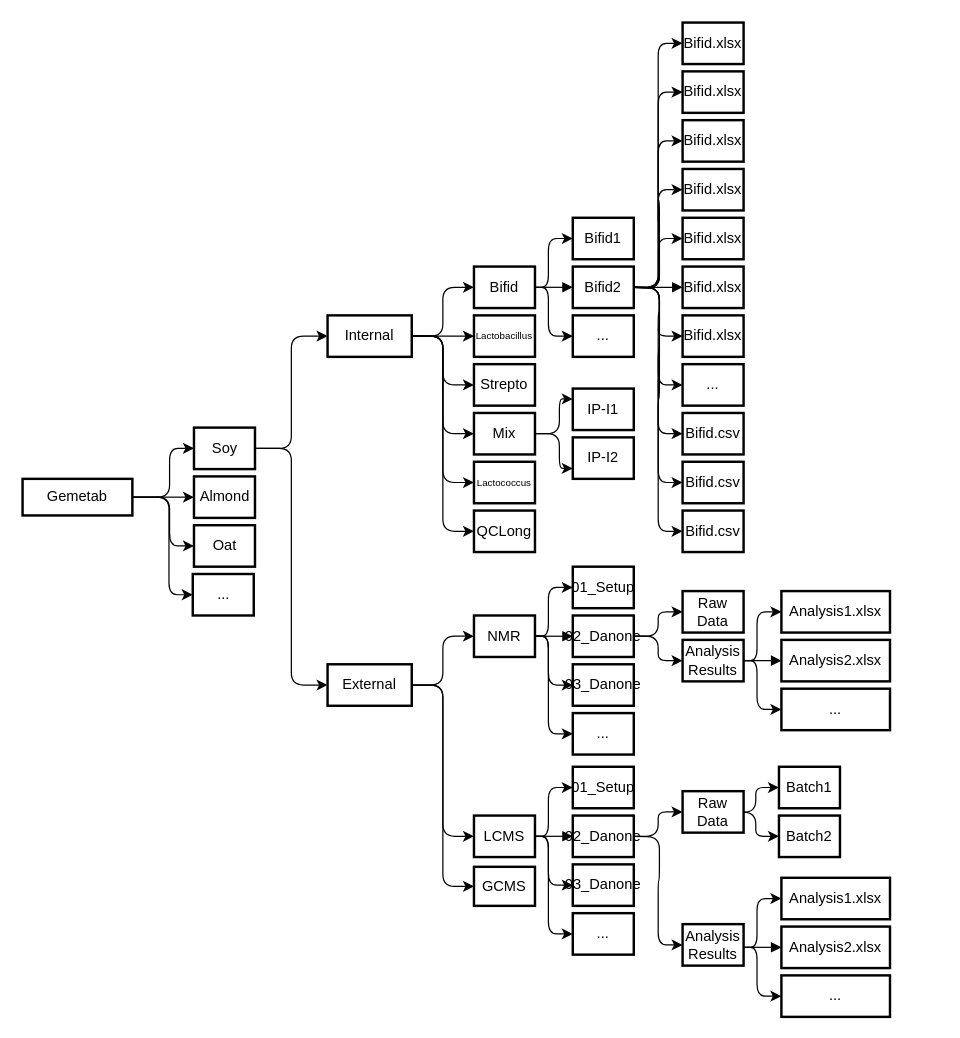
Before: Diagramme sans nom.drawio in Yoseko/first_streamlit_app, a draw.io diagram. Source tidied: cells renumbered, new cells numbered last; positions are measured from the earlier drawing's top-left corner, leaving out a move shared by most shapes. Both pictures are drawn from the tidied source at 122%, with x=0, y=0 at pixel (22, 22).
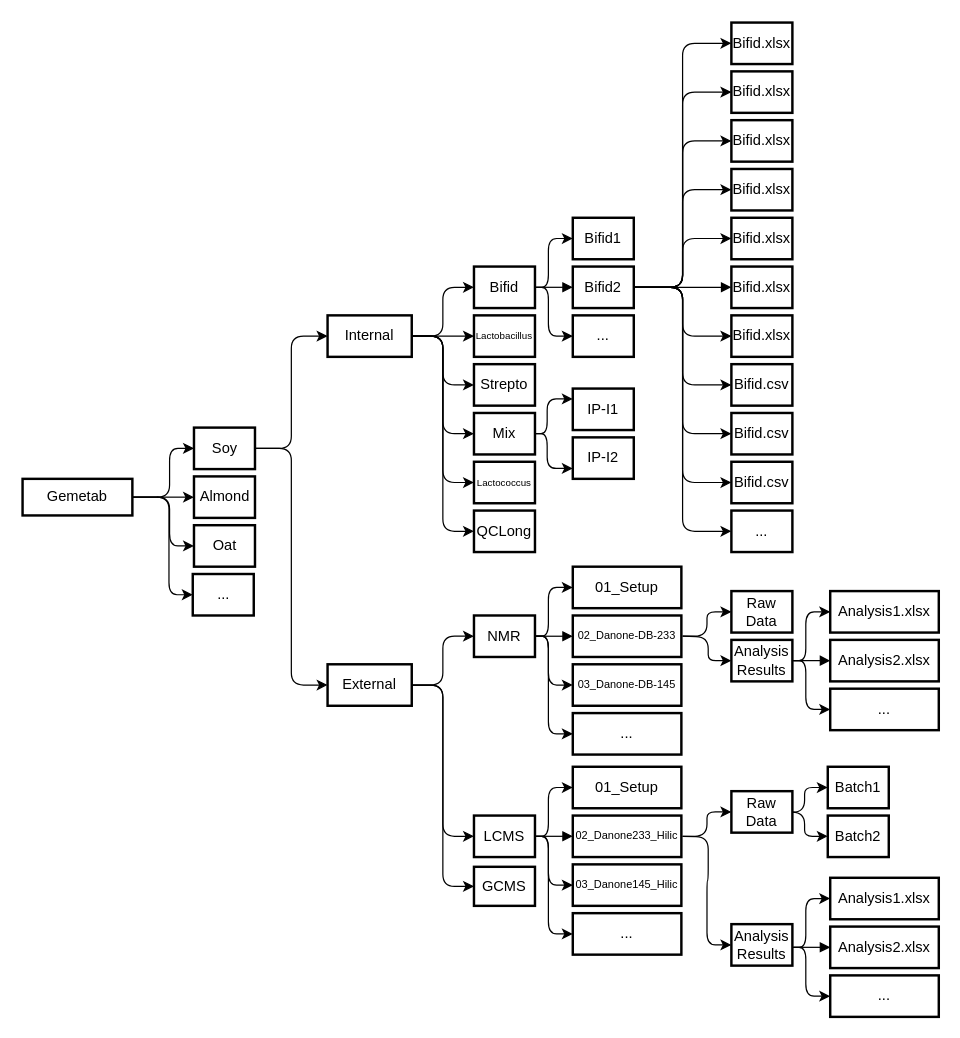
The same diagram, later.

Unchanged cells that the change refers to:
```xml
<mxCell id="43" value="Mix" style="whiteSpace=wrap;strokeWidth=2;" parent="1" vertex="1">
  <mxGeometry x="370" y="320" width="50" height="34" as="geometry" />
</mxCell>
<mxCell id="70" value="Bifid2" style="whiteSpace=wrap;strokeWidth=2;" parent="1" vertex="1">
  <mxGeometry x="451" y="200" width="50" height="34" as="geometry" />
</mxCell>
<mxCell id="79" value="IP-I1" style="whiteSpace=wrap;strokeWidth=2;" parent="1" vertex="1">
  <mxGeometry x="451" y="300" width="50" height="34" as="geometry" />
</mxCell>
<mxCell id="80" value="IP-I2" style="whiteSpace=wrap;strokeWidth=2;" parent="1" vertex="1">
  <mxGeometry x="451" y="340" width="50" height="34" as="geometry" />
</mxCell>
```

Change to the diagram source:
```diff
@@
     <mxCell id="28" style="edgeStyle=orthogonalEdgeStyle;rounded=1;jettySize=auto;html=1;exitX=1;exitY=0.5;exitDx=0;exitDy=0;entryX=0;entryY=0.5;entryDx=0;entryDy=0;strokeColor=none;curved=0;" parent="1" edge="1" target="54">
       <mxGeometry relative="1" as="geometry">
-        <mxPoint x="501" y="217" as="sourcePoint" />
+        <mxPoint x="541" y="217" as="sourcePoint" />
       </mxGeometry>
     </mxCell>
-    <mxCell id="29" style="edgeStyle=orthogonalEdgeStyle;rounded=1;jettySize=auto;html=1;exitX=1;exitY=0.5;exitDx=0;exitDy=0;entryX=0;entryY=0.5;entryDx=0;entryDy=0;curved=0;" parent="1" edge="1" target="57">
-      <mxGeometry relative="1" as="geometry">
-        <mxPoint x="501" y="217" as="sourcePoint" />
-        <Array as="points">
-          <mxPoint x="521" y="217" />
-          <mxPoint x="521" y="17" />
-        </Array>
-      </mxGeometry>
-    </mxCell>
@@
     <mxCell id="33" value="01_Setup" style="whiteSpace=wrap;strokeWidth=2;" parent="1" vertex="1">
-      <mxGeometry x="451" y="446" width="50" height="34" as="geometry" />
+      <mxGeometry x="451" y="446" width="89" height="34" as="geometry" />
     </mxCell>
-    <mxCell id="34" style="edgeStyle=orthogonalEdgeStyle;rounded=1;jettySize=auto;html=1;curved=0;" parent="1" edge="1" source="35" target="39">
-      <mxGeometry relative="1" as="geometry" />
+    <mxCell id="34" style="edgeStyle=orthogonalEdgeStyle;rounded=1;jettySize=auto;html=1;curved=0;entryX=0;entryY=0.5;entryDx=0;entryDy=0;" parent="1" edge="1" target="39">
+      <mxGeometry relative="1" as="geometry">
+        <mxPoint x="541" y="503" as="sourcePoint" />
+      </mxGeometry>
     </mxCell>
-    <mxCell id="35" value="02_Danone" style="whiteSpace=wrap;strokeWidth=2;" parent="1" vertex="1">
-      <mxGeometry x="451" y="486" width="50" height="34" as="geometry" />
+    <mxCell id="35" value="02_Danone-DB-233" style="whiteSpace=wrap;strokeWidth=2;fontSize=9;" parent="1" vertex="1">
+      <mxGeometry x="451" y="486" width="89" height="34" as="geometry" />
     </mxCell>
@@
-    <mxCell id="37" value="03_Danone" style="whiteSpace=wrap;strokeWidth=2;" parent="1" vertex="1">
-      <mxGeometry x="451" y="526" width="50" height="34" as="geometry" />
+    <mxCell id="37" value="03_Danone-DB-145" style="whiteSpace=wrap;strokeWidth=2;fontSize=9;" parent="1" vertex="1">
+      <mxGeometry x="451" y="526" width="89" height="34" as="geometry" />
     </mxCell>
     <mxCell id="38" value="Raw Data" style="whiteSpace=wrap;strokeWidth=2;" parent="1" vertex="1">
-      <mxGeometry x="541" y="466" width="50" height="34" as="geometry" />
+      <mxGeometry x="581" y="466" width="50" height="34" as="geometry" />
     </mxCell>
     <mxCell id="39" value="Analysis Results" style="whiteSpace=wrap;strokeWidth=2;" parent="1" vertex="1">
-      <mxGeometry x="541" y="506" width="50" height="34" as="geometry" />
+      <mxGeometry x="581" y="506" width="50" height="34" as="geometry" />
     </mxCell>
-    <mxCell id="40" style="edgeStyle=orthogonalEdgeStyle;rounded=1;jettySize=auto;html=1;exitX=1;exitY=0.5;exitDx=0;exitDy=0;entryX=0;entryY=0.5;entryDx=0;entryDy=0;curved=0;" parent="1" edge="1" source="35" target="38">
+    <mxCell id="40" style="edgeStyle=orthogonalEdgeStyle;rounded=1;jettySize=auto;html=1;exitX=1;exitY=0.5;exitDx=0;exitDy=0;entryX=0;entryY=0.5;entryDx=0;entryDy=0;curved=0;" parent="1" edge="1" target="38">
       <mxGeometry relative="1" as="geometry">
+        <mxPoint x="541" y="503" as="sourcePoint" />
         <Array as="points">
-          <mxPoint x="521" y="503" />
-          <mxPoint x="521" y="483" />
+          <mxPoint x="561" y="503" />
+          <mxPoint x="561" y="483" />
         </Array>
       </mxGeometry>
     </mxCell>
     <mxCell id="41" style="edgeStyle=orthogonalEdgeStyle;rounded=1;jettySize=auto;html=1;exitX=1;exitY=0.5;exitDx=0;exitDy=0;entryX=0;entryY=0.25;entryDx=0;entryDy=0;curved=0;" parent="1" edge="1" source="43" target="79">
-      <mxGeometry relative="1" as="geometry" />
+      <mxGeometry relative="1" as="geometry">
+        <Array as="points">
+          <mxPoint x="430" y="337" />
+          <mxPoint x="430" y="308" />
+        </Array>
+      </mxGeometry>
     </mxCell>
     <mxCell id="42" style="edgeStyle=orthogonalEdgeStyle;rounded=1;jettySize=auto;html=1;exitX=1;exitY=0.5;exitDx=0;exitDy=0;entryX=0;entryY=0.75;entryDx=0;entryDy=0;curved=0;" parent="1" edge="1" source="43" target="80">
-      <mxGeometry relative="1" as="geometry" />
+      <mxGeometry relative="1" as="geometry">
+        <Array as="points">
+          <mxPoint x="430" y="337" />
+          <mxPoint x="430" y="366" />
+        </Array>
+      </mxGeometry>
     </mxCell>
@@
     <mxCell id="44" value="..." style="whiteSpace=wrap;strokeWidth=2;" parent="1" vertex="1">
-      <mxGeometry x="451" y="566" width="50" height="34" as="geometry" />
+      <mxGeometry x="451" y="566" width="89" height="34" as="geometry" />
     </mxCell>
@@
-    <mxCell id="46" style="edgeStyle=orthogonalEdgeStyle;rounded=1;jettySize=auto;html=1;exitX=1;exitY=0.5;exitDx=0;exitDy=0;entryX=0;entryY=0.5;entryDx=0;entryDy=0;curved=0;" parent="1" edge="1" target="47">
-      <mxGeometry relative="1" as="geometry">
-        <mxPoint x="501" y="217" as="sourcePoint" />
-        <Array as="points">
-          <mxPoint x="521" y="217" />
-          <mxPoint x="521" y="177" />
-        </Array>
-      </mxGeometry>
-    </mxCell>
     <mxCell id="47" value="Bifid.xlsx" style="whiteSpace=wrap;strokeWidth=2;" parent="1" vertex="1">
-      <mxGeometry x="541" y="160" width="50" height="34" as="geometry" />
+      <mxGeometry x="581" y="160" width="50" height="34" as="geometry" />
     </mxCell>
     <mxCell id="48" value="Bifid.xlsx" style="whiteSpace=wrap;strokeWidth=2;" parent="1" vertex="1">
-      <mxGeometry x="541" y="200" width="50" height="34" as="geometry" />
+      <mxGeometry x="581" y="200" width="50" height="34" as="geometry" />
     </mxCell>
-    <mxCell id="49" style="curved=0;startArrow=none;endArrow=block;entryX=0;entryY=0.5;entryDx=0;entryDy=0;rounded=1;" parent="1" edge="1" target="48">
-      <mxGeometry relative="1" as="geometry">
-        <mxPoint x="501" y="217" as="sourcePoint" />
-      </mxGeometry>
+    <mxCell id="49" style="curved=0;startArrow=none;endArrow=block;entryX=0;entryY=0.5;entryDx=0;entryDy=0;rounded=1;exitX=1;exitY=0.5;exitDx=0;exitDy=0;" parent="1" edge="1" source="70" target="48">
+      <mxGeometry relative="1" as="geometry" />
     </mxCell>
     <mxCell id="50" value="Bifid.xlsx" style="whiteSpace=wrap;strokeWidth=2;" parent="1" vertex="1">
-      <mxGeometry x="541" y="240" width="50" height="34" as="geometry" />
+      <mxGeometry x="581" y="240" width="50" height="34" as="geometry" />
     </mxCell>
-    <mxCell id="51" value="..." style="whiteSpace=wrap;strokeWidth=2;" parent="1" vertex="1">
-      <mxGeometry x="541" y="280" width="50" height="34" as="geometry" />
+    <mxCell id="51" value="Bifid.csv" style="whiteSpace=wrap;strokeWidth=2;" parent="1" vertex="1">
+      <mxGeometry x="581" y="280" width="50" height="34" as="geometry" />
     </mxCell>
     <mxCell id="52" value="Bifid.xlsx" style="whiteSpace=wrap;strokeWidth=2;" parent="1" vertex="1">
-      <mxGeometry x="541" y="40" width="50" height="34" as="geometry" />
+      <mxGeometry x="581" y="40" width="50" height="34" as="geometry" />
     </mxCell>
     <mxCell id="53" value="Bifid.xlsx" style="whiteSpace=wrap;strokeWidth=2;" parent="1" vertex="1">
-      <mxGeometry x="541" y="80" width="50" height="34" as="geometry" />
+      <mxGeometry x="581" y="80" width="50" height="34" as="geometry" />
     </mxCell>
     <mxCell id="54" value="Bifid.xlsx" style="whiteSpace=wrap;strokeWidth=2;" parent="1" vertex="1">
-      <mxGeometry x="541" y="120" width="50" height="34" as="geometry" />
+      <mxGeometry x="581" y="120" width="50" height="34" as="geometry" />
     </mxCell>
     <mxCell id="55" value="Bifid.csv" style="whiteSpace=wrap;strokeWidth=2;" parent="1" vertex="1">
-      <mxGeometry x="541" y="360" width="50" height="34" as="geometry" />
+      <mxGeometry x="581" y="360" width="50" height="34" as="geometry" />
     </mxCell>
     <mxCell id="56" value="Bifid.csv" style="whiteSpace=wrap;strokeWidth=2;" parent="1" vertex="1">
-      <mxGeometry x="541" y="320" width="50" height="34" as="geometry" />
+      <mxGeometry x="581" y="320" width="50" height="34" as="geometry" />
     </mxCell>
     <mxCell id="57" value="Bifid.xlsx" style="whiteSpace=wrap;strokeWidth=2;" parent="1" vertex="1">
-      <mxGeometry x="541" width="50" height="34" as="geometry" />
+      <mxGeometry x="581" width="50" height="34" as="geometry" />
     </mxCell>
-    <mxCell id="58" value="Bifid.csv" style="whiteSpace=wrap;strokeWidth=2;" parent="1" vertex="1">
-      <mxGeometry x="541" y="400" width="50" height="34" as="geometry" />
+    <mxCell id="58" value="..." style="whiteSpace=wrap;strokeWidth=2;" parent="1" vertex="1">
+      <mxGeometry x="581" y="400" width="50" height="34" as="geometry" />
     </mxCell>
-    <mxCell id="59" style="edgeStyle=orthogonalEdgeStyle;rounded=1;jettySize=auto;html=1;exitX=1;exitY=0.5;exitDx=0;exitDy=0;entryX=0;entryY=0.5;entryDx=0;entryDy=0;curved=0;" parent="1" edge="1" target="52">
-      <mxGeometry relative="1" as="geometry">
-        <mxPoint x="501" y="217" as="sourcePoint" />
-      </mxGeometry>
-    </mxCell>
-    <mxCell id="60" style="edgeStyle=orthogonalEdgeStyle;rounded=1;jettySize=auto;html=1;exitX=1;exitY=0.5;exitDx=0;exitDy=0;entryX=0;entryY=0.5;entryDx=0;entryDy=0;curved=0;" parent="1" edge="1" target="53">
-      <mxGeometry relative="1" as="geometry">
-        <mxPoint x="501" y="217" as="sourcePoint" />
-      </mxGeometry>
-    </mxCell>
-    <mxCell id="61" style="edgeStyle=orthogonalEdgeStyle;rounded=1;jettySize=auto;html=1;exitX=1;exitY=0.5;exitDx=0;exitDy=0;entryX=0;entryY=0.5;entryDx=0;entryDy=0;curved=0;" parent="1" edge="1" target="54">
-      <mxGeometry relative="1" as="geometry">
-        <mxPoint x="501" y="217" as="sourcePoint" />
-      </mxGeometry>
-    </mxCell>
-    <mxCell id="62" style="edgeStyle=orthogonalEdgeStyle;rounded=1;jettySize=auto;html=1;exitX=1;exitY=0.5;exitDx=0;exitDy=0;entryX=0;entryY=0.5;entryDx=0;entryDy=0;curved=0;" parent="1" edge="1" target="51">
-      <mxGeometry relative="1" as="geometry">
-        <mxPoint x="501" y="217" as="sourcePoint" />
-      </mxGeometry>
-    </mxCell>
-    <mxCell id="63" style="edgeStyle=orthogonalEdgeStyle;rounded=1;jettySize=auto;html=1;exitX=1;exitY=0.5;exitDx=0;exitDy=0;entryX=0;entryY=0.5;entryDx=0;entryDy=0;curved=0;" parent="1" edge="1" target="56">
-      <mxGeometry relative="1" as="geometry">
-        <mxPoint x="501" y="217" as="sourcePoint" />
-      </mxGeometry>
-    </mxCell>
-    <mxCell id="64" style="edgeStyle=orthogonalEdgeStyle;rounded=1;jettySize=auto;html=1;exitX=1;exitY=0.5;exitDx=0;exitDy=0;entryX=0;entryY=0.5;entryDx=0;entryDy=0;curved=0;" parent="1" edge="1" target="55">
-      <mxGeometry relative="1" as="geometry">
-        <mxPoint x="501" y="217" as="sourcePoint" />
-      </mxGeometry>
-    </mxCell>
-    <mxCell id="65" style="edgeStyle=orthogonalEdgeStyle;rounded=1;jettySize=auto;html=1;exitX=1;exitY=0.5;exitDx=0;exitDy=0;entryX=0;entryY=0.5;entryDx=0;entryDy=0;curved=0;" parent="1" edge="1" target="58">
-      <mxGeometry relative="1" as="geometry">
-        <mxPoint x="501" y="217" as="sourcePoint" />
-      </mxGeometry>
-    </mxCell>
-    <mxCell id="66" style="edgeStyle=orthogonalEdgeStyle;rounded=1;jettySize=auto;html=1;exitX=1;exitY=0.5;exitDx=0;exitDy=0;entryX=0;entryY=0.5;entryDx=0;entryDy=0;curved=0;" parent="1" edge="1" target="50">
-      <mxGeometry relative="1" as="geometry">
-        <mxPoint x="501" y="217" as="sourcePoint" />
-      </mxGeometry>
-    </mxCell>
@@
+    <mxCell id="106" style="edgeStyle=orthogonalEdgeStyle;rounded=1;jettySize=auto;html=1;exitX=1;exitY=0.5;exitDx=0;exitDy=0;entryX=0;entryY=0.5;entryDx=0;entryDy=0;curved=0;" parent="1" edge="1" source="70" target="52">
+      <mxGeometry relative="1" as="geometry" />
+    </mxCell>
+    <mxCell id="107" style="edgeStyle=orthogonalEdgeStyle;rounded=1;jettySize=auto;html=1;exitX=1;exitY=0.5;exitDx=0;exitDy=0;entryX=0;entryY=0.5;entryDx=0;entryDy=0;curved=0;" parent="1" edge="1" source="70" target="57">
+      <mxGeometry relative="1" as="geometry" />
+    </mxCell>
+    <mxCell id="108" style="edgeStyle=orthogonalEdgeStyle;rounded=1;jettySize=auto;html=1;exitX=1;exitY=0.5;exitDx=0;exitDy=0;entryX=0;entryY=0.5;entryDx=0;entryDy=0;curved=0;" parent="1" edge="1" source="70" target="53">
+      <mxGeometry relative="1" as="geometry" />
+    </mxCell>
+    <mxCell id="109" style="edgeStyle=orthogonalEdgeStyle;rounded=1;jettySize=auto;html=1;exitX=1;exitY=0.5;exitDx=0;exitDy=0;entryX=0;entryY=0.5;entryDx=0;entryDy=0;curved=0;" parent="1" edge="1" source="70" target="47">
+      <mxGeometry relative="1" as="geometry" />
+    </mxCell>
+    <mxCell id="110" style="edgeStyle=orthogonalEdgeStyle;rounded=1;jettySize=auto;html=1;exitX=1;exitY=0.5;exitDx=0;exitDy=0;entryX=0;entryY=0.5;entryDx=0;entryDy=0;curved=0;" parent="1" edge="1" source="70" target="50">
+      <mxGeometry relative="1" as="geometry" />
+    </mxCell>
+    <mxCell id="111" style="edgeStyle=orthogonalEdgeStyle;rounded=1;jettySize=auto;html=1;exitX=1;exitY=0.5;exitDx=0;exitDy=0;entryX=0;entryY=0.5;entryDx=0;entryDy=0;curved=0;" parent="1" edge="1" source="70" target="51">
+      <mxGeometry relative="1" as="geometry" />
+    </mxCell>
+    <mxCell id="112" style="edgeStyle=orthogonalEdgeStyle;rounded=1;jettySize=auto;html=1;exitX=1;exitY=0.5;exitDx=0;exitDy=0;entryX=0;entryY=0.5;entryDx=0;entryDy=0;curved=0;" parent="1" edge="1" source="70" target="56">
+      <mxGeometry relative="1" as="geometry" />
+    </mxCell>
+    <mxCell id="113" style="edgeStyle=orthogonalEdgeStyle;rounded=1;jettySize=auto;html=1;exitX=1;exitY=0.5;exitDx=0;exitDy=0;entryX=0;entryY=0.5;entryDx=0;entryDy=0;curved=0;" parent="1" edge="1" source="70" target="55">
+      <mxGeometry relative="1" as="geometry" />
+    </mxCell>
+    <mxCell id="114" style="edgeStyle=orthogonalEdgeStyle;rounded=1;jettySize=auto;html=1;exitX=1;exitY=0.5;exitDx=0;exitDy=0;entryX=0;entryY=0.5;entryDx=0;entryDy=0;curved=0;" parent="1" edge="1" source="70" target="58">
+      <mxGeometry relative="1" as="geometry" />
+    </mxCell>
@@
     <mxCell id="73" style="edgeStyle=orthogonalEdgeStyle;rounded=1;jettySize=auto;html=1;exitX=1;exitY=0.5;exitDx=0;exitDy=0;entryX=0;entryY=0.5;entryDx=0;entryDy=0;curved=0;" parent="1" edge="1" target="75">
       <mxGeometry relative="1" as="geometry">
-        <mxPoint x="591" y="523" as="sourcePoint" />
+        <mxPoint x="631" y="523" as="sourcePoint" />
         <Array as="points">
-          <mxPoint x="602" y="523" />
-          <mxPoint x="602" y="483" />
+          <mxPoint x="642" y="523" />
+          <mxPoint x="642" y="483" />
         </Array>
       </mxGeometry>
     </mxCell>
     <mxCell id="74" style="edgeStyle=orthogonalEdgeStyle;rounded=1;jettySize=auto;html=1;exitX=1;exitY=0.5;exitDx=0;exitDy=0;entryX=0;entryY=0.5;entryDx=0;entryDy=0;curved=0;" parent="1" edge="1" target="78">
       <mxGeometry relative="1" as="geometry">
-        <mxPoint x="591" y="523" as="sourcePoint" />
+        <mxPoint x="631" y="523" as="sourcePoint" />
         <Array as="points">
-          <mxPoint x="602" y="523" />
-          <mxPoint x="602" y="563" />
+          <mxPoint x="642" y="523" />
+          <mxPoint x="642" y="563" />
         </Array>
       </mxGeometry>
     </mxCell>
     <mxCell id="75" value="Analysis1.xlsx" style="whiteSpace=wrap;strokeWidth=2;" parent="1" vertex="1">
-      <mxGeometry x="622" y="466" width="89" height="34" as="geometry" />
+      <mxGeometry x="662" y="466" width="89" height="34" as="geometry" />
     </mxCell>
     <mxCell id="76" value="Analysis2.xlsx" style="whiteSpace=wrap;strokeWidth=2;" parent="1" vertex="1">
-      <mxGeometry x="622" y="506" width="89" height="34" as="geometry" />
+      <mxGeometry x="662" y="506" width="89" height="34" as="geometry" />
     </mxCell>
     <mxCell id="77" style="curved=0;startArrow=none;endArrow=block;entryX=0;entryY=0.5;entryDx=0;entryDy=0;rounded=1;" parent="1" edge="1" target="76">
       <mxGeometry relative="1" as="geometry">
-        <mxPoint x="592" y="523" as="sourcePoint" />
+        <mxPoint x="632" y="523" as="sourcePoint" />
       </mxGeometry>
     </mxCell>
     <mxCell id="78" value="..." style="whiteSpace=wrap;strokeWidth=2;" parent="1" vertex="1">
-      <mxGeometry x="622" y="546" width="89" height="34" as="geometry" />
+      <mxGeometry x="662" y="546" width="89" height="34" as="geometry" />
     </mxCell>
@@
     <mxCell id="87" value="01_Setup" style="whiteSpace=wrap;strokeWidth=2;" parent="1" vertex="1">
-      <mxGeometry x="451" y="610" width="50" height="34" as="geometry" />
+      <mxGeometry x="451" y="610" width="89" height="34" as="geometry" />
     </mxCell>
     <mxCell id="88" style="edgeStyle=orthogonalEdgeStyle;rounded=1;jettySize=auto;html=1;exitX=1;exitY=0.5;exitDx=0;exitDy=0;entryX=0;entryY=0.5;entryDx=0;entryDy=0;curved=0;" parent="1" edge="1" target="94">
       <mxGeometry relative="1" as="geometry">
-        <mxPoint x="580" y="647" as="sourcePoint" />
+        <mxPoint x="620" y="647" as="sourcePoint" />
       </mxGeometry>
     </mxCell>
     <mxCell id="89" style="edgeStyle=orthogonalEdgeStyle;rounded=1;jettySize=auto;html=1;exitX=1;exitY=0.5;exitDx=0;exitDy=0;entryX=0;entryY=0.5;entryDx=0;entryDy=0;curved=0;" parent="1" edge="1" target="95">
       <mxGeometry relative="1" as="geometry">
-        <mxPoint x="580" y="647" as="sourcePoint" />
+        <mxPoint x="620" y="647" as="sourcePoint" />
       </mxGeometry>
     </mxCell>
-    <mxCell id="90" value="02_Danone" style="whiteSpace=wrap;strokeWidth=2;" parent="1" vertex="1">
-      <mxGeometry x="451" y="650" width="50" height="34" as="geometry" />
+    <mxCell id="90" value="02_Danone233_Hilic" style="whiteSpace=wrap;strokeWidth=2;fontSize=9;" parent="1" vertex="1">
+      <mxGeometry x="451" y="650" width="89" height="34" as="geometry" />
     </mxCell>
@@
-    <mxCell id="92" value="03_Danone" style="whiteSpace=wrap;strokeWidth=2;" parent="1" vertex="1">
-      <mxGeometry x="451" y="690" width="50" height="34" as="geometry" />
+    <mxCell id="92" value="03_Danone145_Hilic" style="whiteSpace=wrap;strokeWidth=2;fontSize=9;" parent="1" vertex="1">
+      <mxGeometry x="451" y="690" width="89" height="34" as="geometry" />
     </mxCell>
     <mxCell id="93" value="..." style="whiteSpace=wrap;strokeWidth=2;" parent="1" vertex="1">
-      <mxGeometry x="451" y="730" width="50" height="34" as="geometry" />
+      <mxGeometry x="451" y="730" width="89" height="34" as="geometry" />
     </mxCell>
     <mxCell id="94" value="Batch1" style="whiteSpace=wrap;strokeWidth=2;" parent="1" vertex="1">
-      <mxGeometry x="620" y="610" width="50" height="34" as="geometry" />
+      <mxGeometry x="660" y="610" width="50" height="34" as="geometry" />
     </mxCell>
     <mxCell id="95" value="Batch2" style="whiteSpace=wrap;strokeWidth=2;" parent="1" vertex="1">
-      <mxGeometry x="620" y="650" width="50" height="34" as="geometry" />
+      <mxGeometry x="660" y="650" width="50" height="34" as="geometry" />
     </mxCell>
     <mxCell id="96" style="edgeStyle=orthogonalEdgeStyle;rounded=1;jettySize=auto;html=1;curved=0;entryX=0;entryY=0.5;entryDx=0;entryDy=0;" parent="1" edge="1" target="98">
       <mxGeometry relative="1" as="geometry">
-        <mxPoint x="501" y="667" as="sourcePoint" />
+        <mxPoint x="541" y="667" as="sourcePoint" />
       </mxGeometry>
     </mxCell>
     <mxCell id="97" value="Raw Data" style="whiteSpace=wrap;strokeWidth=2;" parent="1" vertex="1">
-      <mxGeometry x="541" y="630" width="50" height="34" as="geometry" />
+      <mxGeometry x="581" y="630" width="50" height="34" as="geometry" />
     </mxCell>
     <mxCell id="98" value="Analysis Results" style="whiteSpace=wrap;strokeWidth=2;" parent="1" vertex="1">
-      <mxGeometry x="541" y="739" width="50" height="34" as="geometry" />
+      <mxGeometry x="581" y="739" width="50" height="34" as="geometry" />
     </mxCell>
     <mxCell id="99" style="edgeStyle=orthogonalEdgeStyle;rounded=1;jettySize=auto;html=1;exitX=1;exitY=0.5;exitDx=0;exitDy=0;entryX=0;entryY=0.5;entryDx=0;entryDy=0;curved=0;" parent="1" edge="1" target="97">
       <mxGeometry relative="1" as="geometry">
-        <mxPoint x="501" y="667" as="sourcePoint" />
+        <mxPoint x="541" y="667" as="sourcePoint" />
         <Array as="points">
-          <mxPoint x="521" y="667" />
-          <mxPoint x="521" y="647" />
+          <mxPoint x="561" y="667" />
+          <mxPoint x="561" y="647" />
         </Array>
       </mxGeometry>
     </mxCell>
     <mxCell id="100" style="edgeStyle=orthogonalEdgeStyle;rounded=1;jettySize=auto;html=1;exitX=1;exitY=0.5;exitDx=0;exitDy=0;entryX=0;entryY=0.5;entryDx=0;entryDy=0;curved=0;" parent="1" edge="1" target="102">
       <mxGeometry relative="1" as="geometry">
-        <mxPoint x="591" y="758" as="sourcePoint" />
+        <mxPoint x="631" y="758" as="sourcePoint" />
         <Array as="points">
-          <mxPoint x="602" y="758" />
-          <mxPoint x="602" y="718" />
+          <mxPoint x="642" y="758" />
+          <mxPoint x="642" y="718" />
         </Array>
       </mxGeometry>
     </mxCell>
     <mxCell id="101" style="edgeStyle=orthogonalEdgeStyle;rounded=1;jettySize=auto;html=1;exitX=1;exitY=0.5;exitDx=0;exitDy=0;entryX=0;entryY=0.5;entryDx=0;entryDy=0;curved=0;" parent="1" edge="1" target="105">
       <mxGeometry relative="1" as="geometry">
-        <mxPoint x="591" y="758" as="sourcePoint" />
+        <mxPoint x="631" y="758" as="sourcePoint" />
         <Array as="points">
-          <mxPoint x="602" y="758" />
-          <mxPoint x="602" y="798" />
+          <mxPoint x="642" y="758" />
+          <mxPoint x="642" y="798" />
         </Array>
       </mxGeometry>
     </mxCell>
     <mxCell id="102" value="Analysis1.xlsx" style="whiteSpace=wrap;strokeWidth=2;" parent="1" vertex="1">
-      <mxGeometry x="622" y="701" width="89" height="34" as="geometry" />
+      <mxGeometry x="662" y="701" width="89" height="34" as="geometry" />
     </mxCell>
     <mxCell id="103" value="Analysis2.xlsx" style="whiteSpace=wrap;strokeWidth=2;" parent="1" vertex="1">
-      <mxGeometry x="622" y="741" width="89" height="34" as="geometry" />
+      <mxGeometry x="662" y="741" width="89" height="34" as="geometry" />
     </mxCell>
     <mxCell id="104" style="curved=0;startArrow=none;endArrow=block;entryX=0;entryY=0.5;entryDx=0;entryDy=0;rounded=1;" parent="1" edge="1" target="103">
       <mxGeometry relative="1" as="geometry">
-        <mxPoint x="592" y="758" as="sourcePoint" />
+        <mxPoint x="632" y="758" as="sourcePoint" />
       </mxGeometry>
     </mxCell>
     <mxCell id="105" value="..." style="whiteSpace=wrap;strokeWidth=2;" parent="1" vertex="1">
-      <mxGeometry x="622" y="781" width="89" height="34" as="geometry" />
+      <mxGeometry x="662" y="781" width="89" height="34" as="geometry" />
     </mxCell>
+    <mxCell id="115" style="edgeStyle=orthogonalEdgeStyle;rounded=1;jettySize=auto;html=1;exitX=1;exitY=0.5;exitDx=0;exitDy=0;entryX=0;entryY=0.5;entryDx=0;entryDy=0;curved=0;" parent="1" edge="1" source="70" target="54">
+      <mxGeometry relative="1" as="geometry" />
+    </mxCell>
```
